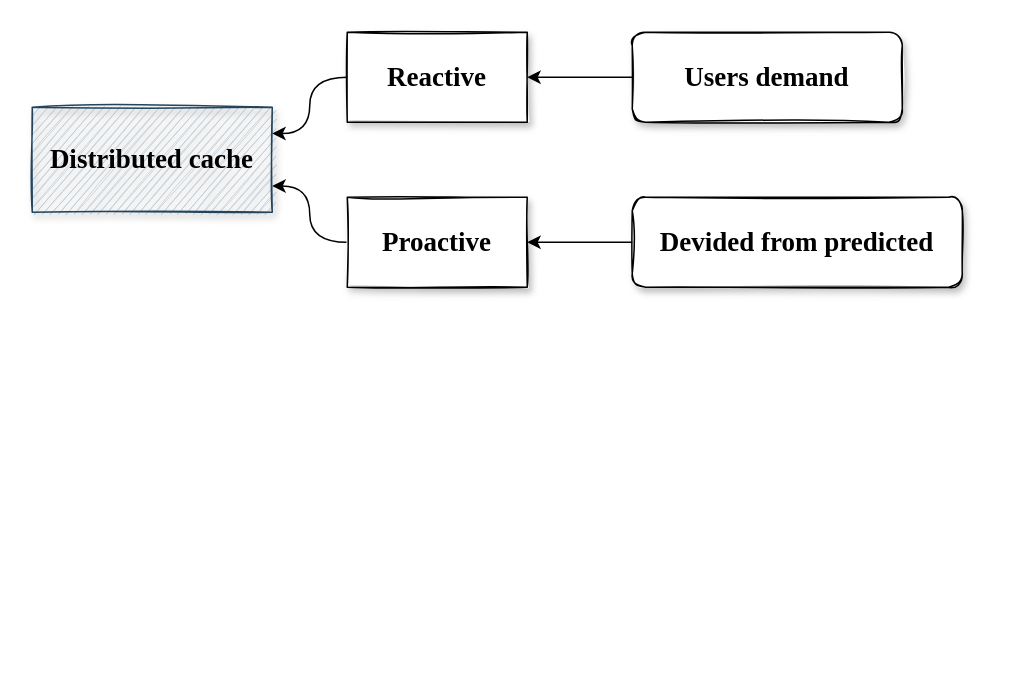
Above: 03edge_caching/Distributed cache.drawio in yxt7979/Streaming_media_technology (draw.io), before the change. Source tidied: cells renumbered, new cells numbered last; positions are measured from the earlier drawing's top-left corner, leaving out a move shared by most shapes. Both pictures are drawn from the tidied source at 150%, with x=0, y=0 at pixel (32, 32).
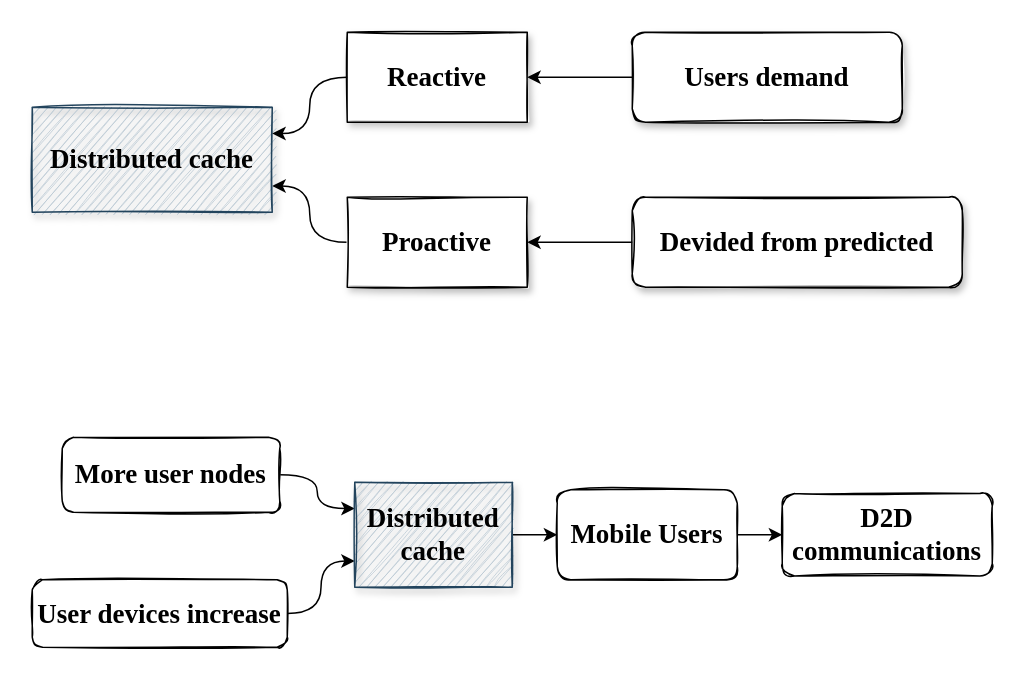
After the change.

Change to the diagram source:
```diff
@@
 <mxGraphModel>
   <root>
     <mxCell id="0" />
     <mxCell id="1" parent="0" />
     <mxCell id="2" value="&lt;h2&gt;&lt;font face=&quot;Garamond&quot;&gt;Distributed cache&lt;/font&gt;&lt;/h2&gt;" style="rounded=0;whiteSpace=wrap;html=1;shadow=1;glass=0;sketch=1;fillColor=#bac8d3;strokeColor=#23445d;" parent="1" vertex="1">
       <mxGeometry y="50" width="160" height="70" as="geometry" />
     </mxCell>
     <mxCell id="3" style="edgeStyle=orthogonalEdgeStyle;curved=1;rounded=0;jettySize=auto;html=1;exitX=0;exitY=0.5;exitDx=0;exitDy=0;entryX=1;entryY=0.25;entryDx=0;entryDy=0;" parent="1" edge="1" source="4" target="2">
       <mxGeometry relative="1" as="geometry" />
     </mxCell>
     <mxCell id="4" value="&lt;h2&gt;&lt;font face=&quot;Garamond&quot;&gt;Reactive&lt;/font&gt;&lt;/h2&gt;" style="rounded=0;whiteSpace=wrap;html=1;shadow=1;glass=0;sketch=1;fillColor=#FFFFFF;" parent="1" vertex="1">
       <mxGeometry x="210" width="120" height="60" as="geometry" />
     </mxCell>
     <mxCell id="5" style="edgeStyle=orthogonalEdgeStyle;curved=1;rounded=0;jettySize=auto;html=1;exitX=0;exitY=0.5;exitDx=0;exitDy=0;entryX=1;entryY=0.75;entryDx=0;entryDy=0;" parent="1" edge="1" source="6" target="2">
       <mxGeometry relative="1" as="geometry" />
     </mxCell>
     <mxCell id="6" value="&lt;h2&gt;&lt;font face=&quot;Garamond&quot;&gt;Proactive&lt;/font&gt;&lt;/h2&gt;" style="rounded=0;whiteSpace=wrap;html=1;shadow=1;glass=0;sketch=1;fillColor=#FFFFFF;" parent="1" vertex="1">
       <mxGeometry x="210" y="110" width="120" height="60" as="geometry" />
     </mxCell>
     <mxCell id="7" style="edgeStyle=orthogonalEdgeStyle;curved=1;rounded=0;jettySize=auto;html=1;exitX=0;exitY=0.5;exitDx=0;exitDy=0;entryX=1;entryY=0.5;entryDx=0;entryDy=0;" parent="1" edge="1" source="8" target="6">
       <mxGeometry relative="1" as="geometry" />
     </mxCell>
     <mxCell id="8" value="&lt;h2&gt;&lt;font face=&quot;Garamond&quot;&gt;Devided from predicted&lt;/font&gt;&lt;/h2&gt;" style="rounded=1;whiteSpace=wrap;html=1;shadow=1;glass=0;sketch=1;fillColor=#FFFFFF;" parent="1" vertex="1">
       <mxGeometry x="400" y="110" width="220" height="60" as="geometry" />
     </mxCell>
     <mxCell id="9" style="edgeStyle=orthogonalEdgeStyle;curved=1;rounded=0;jettySize=auto;html=1;exitX=0;exitY=0.5;exitDx=0;exitDy=0;entryX=1;entryY=0.5;entryDx=0;entryDy=0;" parent="1" edge="1" source="10" target="4">
       <mxGeometry relative="1" as="geometry" />
     </mxCell>
     <mxCell id="10" value="&lt;h2&gt;&lt;font face=&quot;Garamond&quot;&gt;Users demand&lt;/font&gt;&lt;/h2&gt;" style="rounded=1;whiteSpace=wrap;html=1;shadow=1;glass=0;sketch=1;fillColor=#FFFFFF;" parent="1" vertex="1">
       <mxGeometry x="400" width="180" height="60" as="geometry" />
     </mxCell>
+    <mxCell id="11" style="edgeStyle=orthogonalEdgeStyle;rounded=0;jettySize=auto;html=1;exitX=1;exitY=0.5;exitDx=0;exitDy=0;entryX=0;entryY=0.25;entryDx=0;entryDy=0;curved=1;" parent="1" edge="1" source="12" target="16">
+      <mxGeometry relative="1" as="geometry" />
+    </mxCell>
+    <mxCell id="12" value="&lt;h2&gt;&lt;font face=&quot;Garamond&quot;&gt;More user nodes&lt;/font&gt;&lt;/h2&gt;" style="rounded=1;whiteSpace=wrap;html=1;sketch=1;" parent="1" vertex="1">
+      <mxGeometry x="20" y="270" width="145" height="50" as="geometry" />
+    </mxCell>
+    <mxCell id="13" style="edgeStyle=orthogonalEdgeStyle;curved=1;rounded=0;jettySize=auto;html=1;exitX=1;exitY=0.5;exitDx=0;exitDy=0;entryX=0;entryY=0.75;entryDx=0;entryDy=0;" parent="1" edge="1" source="14" target="16">
+      <mxGeometry relative="1" as="geometry" />
+    </mxCell>
+    <mxCell id="14" value="&lt;h2&gt;&lt;font face=&quot;Garamond&quot;&gt;User devices increase&lt;/font&gt;&lt;/h2&gt;" style="rounded=1;whiteSpace=wrap;html=1;sketch=1;" parent="1" vertex="1">
+      <mxGeometry y="365" width="170" height="45" as="geometry" />
+    </mxCell>
+    <mxCell id="15" style="edgeStyle=orthogonalEdgeStyle;curved=1;rounded=0;jettySize=auto;html=1;" parent="1" edge="1" source="16" target="18">
+      <mxGeometry relative="1" as="geometry" />
+    </mxCell>
+    <mxCell id="16" value="&lt;h2&gt;&lt;font face=&quot;Garamond&quot;&gt;Distributed cache&lt;/font&gt;&lt;/h2&gt;" style="rounded=0;whiteSpace=wrap;html=1;shadow=1;glass=0;sketch=1;fillColor=#bac8d3;strokeColor=#23445d;" parent="1" vertex="1">
+      <mxGeometry x="215" y="300" width="105" height="70" as="geometry" />
+    </mxCell>
+    <mxCell id="17" style="edgeStyle=orthogonalEdgeStyle;curved=1;rounded=0;jettySize=auto;html=1;" parent="1" edge="1" source="18" target="19">
+      <mxGeometry relative="1" as="geometry" />
+    </mxCell>
+    <mxCell id="18" value="&lt;h2&gt;&lt;font face=&quot;Garamond&quot;&gt;Mobile Users&lt;/font&gt;&lt;/h2&gt;" style="rounded=1;whiteSpace=wrap;html=1;sketch=1;" parent="1" vertex="1">
+      <mxGeometry x="350" y="305" width="120" height="60" as="geometry" />
+    </mxCell>
+    <mxCell id="19" value="&lt;h2&gt;&lt;font face=&quot;Garamond&quot;&gt;D2D communications&lt;/font&gt;&lt;/h2&gt;" style="rounded=1;whiteSpace=wrap;html=1;sketch=1;" parent="1" vertex="1">
+      <mxGeometry x="500" y="307.5" width="140" height="55" as="geometry" />
+    </mxCell>
   </root>
 </mxGraphModel>
```
